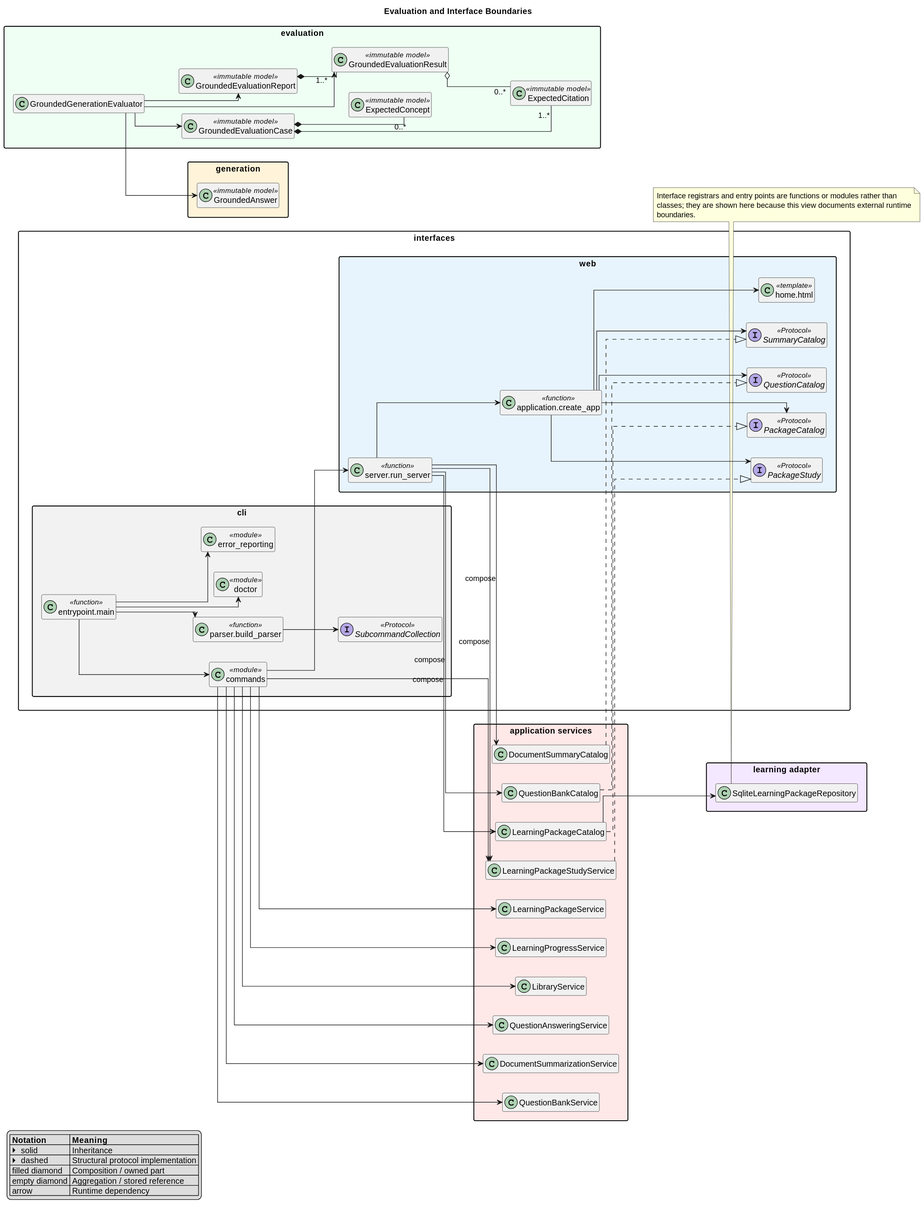
Above: docs/diagrams/evaluation-interfaces.svg in ebe542/rag-learning-assistant (PlantUML), before the change.
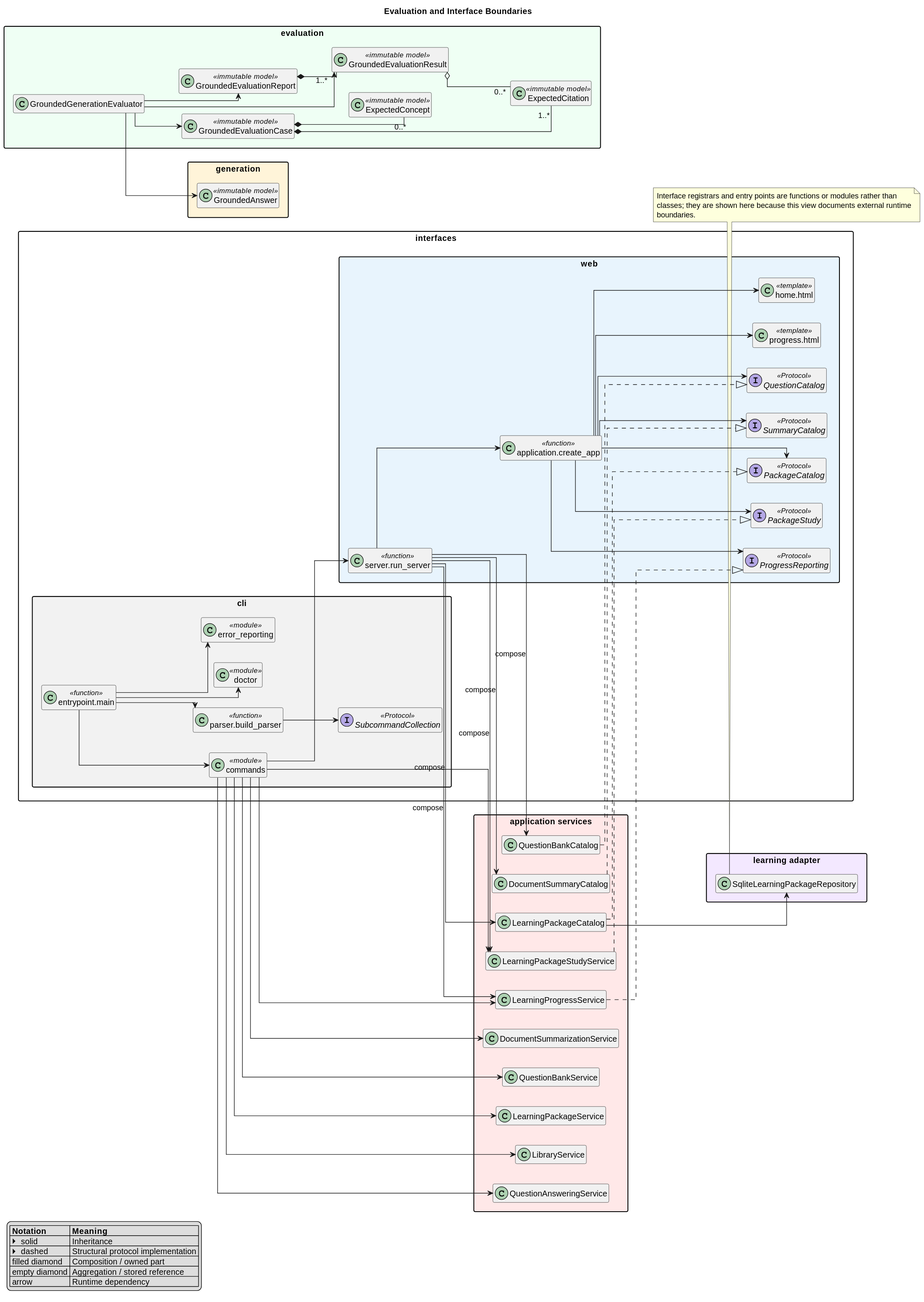
The same file after the commit.

Commit message:
feat(gui): add learning progress view

Diff of the diagram source:
```diff
@@ -27,9 +27,11 @@
   interface SummaryCatalog <<Protocol>>
   interface QuestionCatalog <<Protocol>>
   interface PackageStudy <<Protocol>>
+  interface ProgressReporting <<Protocol>>
   class "application.create_app" as WebApplication <<function>>
   class "server.run_server" as WebServer <<function>>
   class "home.html" as HomeTemplate <<template>>
+  class "progress.html" as ProgressTemplate <<template>>
 }
 package "application services" #FFE8E8 {
   class LibraryService
@@ -70,18 +72,22 @@
 CliCommands --> WebServer
 WebServer --> WebApplication
 WebApplication --> HomeTemplate
+WebApplication --> ProgressTemplate
 WebApplication --> PackageCatalog
 WebApplication --> SummaryCatalog
 WebApplication --> QuestionCatalog
 WebApplication --> PackageStudy
+WebApplication --> ProgressReporting
 LearningPackageCatalog ..|> PackageCatalog
 DocumentSummaryCatalog ..|> SummaryCatalog
 QuestionBankCatalog ..|> QuestionCatalog
 LearningPackageStudyService ..|> PackageStudy
+LearningProgressService ..|> ProgressReporting
 WebServer --> LearningPackageCatalog : compose
 WebServer --> DocumentSummaryCatalog : compose
 WebServer --> QuestionBankCatalog : compose
 WebServer --> LearningPackageStudyService : compose
+WebServer --> LearningProgressService : compose
 LearningPackageCatalog --> SqliteLearningPackageRepository
 
 note bottom
```
